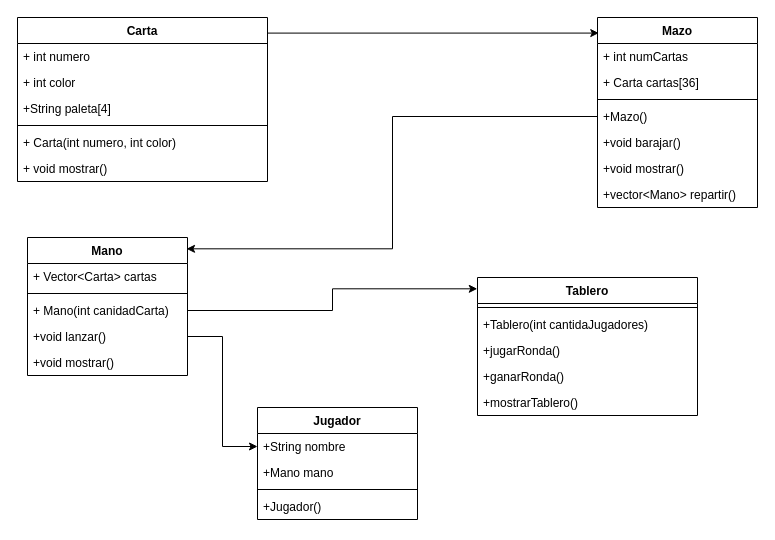
Earlier version of the draw.io diagram Diagrama sin título.drawio (Samuel-ITM/test). Source tidied: cells renumbered, new cells numbered last; positions are measured from the earlier drawing's top-left corner, leaving out a move shared by most shapes. Both pictures are drawn from the tidied source at 100%, with x=0, y=0 at pixel (17, 17).
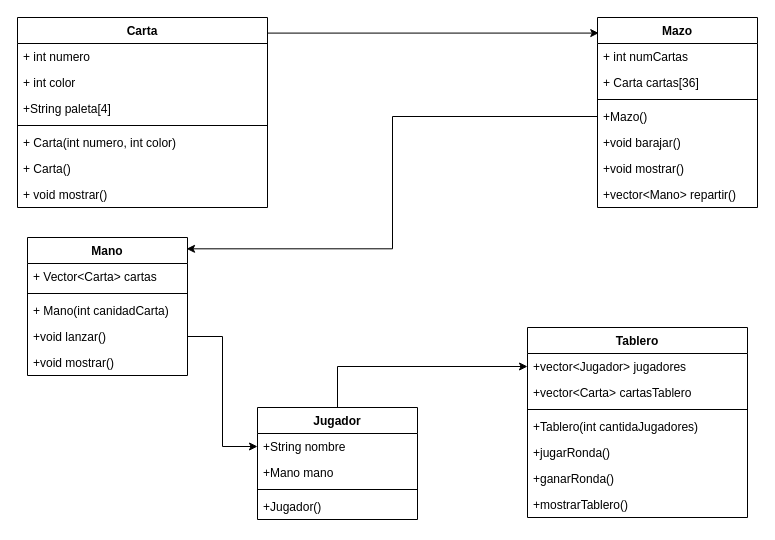
Above is the later version.

Unchanged cells that the change refers to:
```xml
<mxCell id="17" value="Jugador" style="swimlane;fontStyle=1;align=center;verticalAlign=top;horizontal=1;startSize=26;whiteSpace=wrap;html=1;" parent="1" vertex="1">
  <mxGeometry x="240" y="390" width="160" height="112" as="geometry" />
</mxCell>
<mxCell id="25" value="+ Mano(int canidadCarta)" style="text;strokeColor=none;fillColor=none;align=left;verticalAlign=top;spacingLeft=4;spacingRight=4;overflow=hidden;points=[[0,0.5],[1,0.5]];portConstraint=eastwest;whiteSpace=wrap;html=1;" parent="22" vertex="1">
  <mxGeometry y="60" width="160" height="26" as="geometry" />
</mxCell>
```

Diff of the diagram source:
```diff
@@
     <mxCell id="2" value="Carta" style="swimlane;fontStyle=1;align=center;verticalAlign=top;horizontal=1;startSize=26;whiteSpace=wrap;html=1;" parent="1" vertex="1">
-      <mxGeometry width="250" height="164" as="geometry" />
+      <mxGeometry width="250" height="190" as="geometry" />
     </mxCell>
@@
+    <mxCell id="38" value="+ Carta()" style="text;strokeColor=none;fillColor=none;align=left;verticalAlign=top;spacingLeft=4;spacingRight=4;overflow=hidden;whiteSpace=wrap;html=1;" parent="2" vertex="1">
+      <mxGeometry y="138" width="250" height="26" as="geometry" />
+    </mxCell>
     <mxCell id="8" value="+ void mostrar()" style="text;strokeColor=none;fillColor=none;align=left;verticalAlign=top;spacingLeft=4;spacingRight=4;overflow=hidden;whiteSpace=wrap;html=1;" parent="2" vertex="1">
-      <mxGeometry y="138" width="250" height="26" as="geometry" />
+      <mxGeometry y="164" width="250" height="26" as="geometry" />
     </mxCell>
@@
+    <mxCell id="39" style="edgeStyle=orthogonalEdgeStyle;rounded=0;jettySize=auto;html=1;entryX=0;entryY=0.5;entryDx=0;entryDy=0;" parent="1" edge="1" source="17" target="40">
+      <mxGeometry relative="1" as="geometry" />
+    </mxCell>
@@
     <mxCell id="30" value="Tablero" style="swimlane;fontStyle=1;align=center;verticalAlign=top;horizontal=1;startSize=26;whiteSpace=wrap;html=1;" parent="1" vertex="1">
-      <mxGeometry x="460" y="260" width="220" height="138" as="geometry" />
+      <mxGeometry x="510" y="310" width="220" height="190" as="geometry" />
     </mxCell>
+    <mxCell id="40" value="+vector&amp;lt;Jugador&amp;gt; jugadores" style="text;strokeColor=none;fillColor=none;align=left;verticalAlign=top;spacingLeft=4;spacingRight=4;overflow=hidden;points=[[0,0.5],[1,0.5]];portConstraint=eastwest;whiteSpace=wrap;html=1;" parent="30" vertex="1">
+      <mxGeometry y="26" width="220" height="26" as="geometry" />
+    </mxCell>
+    <mxCell id="41" value="+vector&amp;lt;Carta&amp;gt; cartasTablero" style="text;strokeColor=none;fillColor=none;align=left;verticalAlign=top;spacingLeft=4;spacingRight=4;overflow=hidden;whiteSpace=wrap;html=1;" parent="30" vertex="1">
+      <mxGeometry y="52" width="220" height="26" as="geometry" />
+    </mxCell>
     <mxCell id="31" style="line;strokeWidth=1;fillColor=none;align=left;verticalAlign=middle;spacingTop=-1;spacingLeft=3;spacingRight=3;labelPosition=right;strokeColor=inherit;" parent="30" vertex="1">
-      <mxGeometry y="26" width="220" height="8" as="geometry" />
+      <mxGeometry y="78" width="220" height="8" as="geometry" />
     </mxCell>
     <mxCell id="32" value="+Tablero(int cantidaJugadores)" style="text;strokeColor=none;fillColor=none;align=left;verticalAlign=top;spacingLeft=4;spacingRight=4;overflow=hidden;whiteSpace=wrap;html=1;" parent="30" vertex="1">
-      <mxGeometry y="34" width="220" height="26" as="geometry" />
+      <mxGeometry y="86" width="220" height="26" as="geometry" />
     </mxCell>
     <mxCell id="33" value="+jugarRonda()" style="text;strokeColor=none;fillColor=none;align=left;verticalAlign=top;spacingLeft=4;spacingRight=4;overflow=hidden;whiteSpace=wrap;html=1;" parent="30" vertex="1">
-      <mxGeometry y="60" width="220" height="26" as="geometry" />
+      <mxGeometry y="112" width="220" height="26" as="geometry" />
     </mxCell>
     <mxCell id="34" value="+ganarRonda()" style="text;strokeColor=none;fillColor=none;align=left;verticalAlign=top;spacingLeft=4;spacingRight=4;overflow=hidden;whiteSpace=wrap;html=1;" parent="30" vertex="1">
-      <mxGeometry y="86" width="220" height="26" as="geometry" />
+      <mxGeometry y="138" width="220" height="26" as="geometry" />
     </mxCell>
     <mxCell id="35" value="+mostrarTablero()" style="text;strokeColor=none;fillColor=none;align=left;verticalAlign=top;spacingLeft=4;spacingRight=4;overflow=hidden;whiteSpace=wrap;html=1;" parent="30" vertex="1">
-      <mxGeometry y="112" width="220" height="26" as="geometry" />
+      <mxGeometry y="164" width="220" height="26" as="geometry" />
     </mxCell>
@@
-    <mxCell id="37" style="edgeStyle=orthogonalEdgeStyle;rounded=0;jettySize=auto;html=1;exitX=1;exitY=0.5;exitDx=0;exitDy=0;entryX=-0.001;entryY=0.082;entryDx=0;entryDy=0;entryPerimeter=0;" parent="1" edge="1" source="25" target="30">
-      <mxGeometry relative="1" as="geometry" />
-    </mxCell>
```
